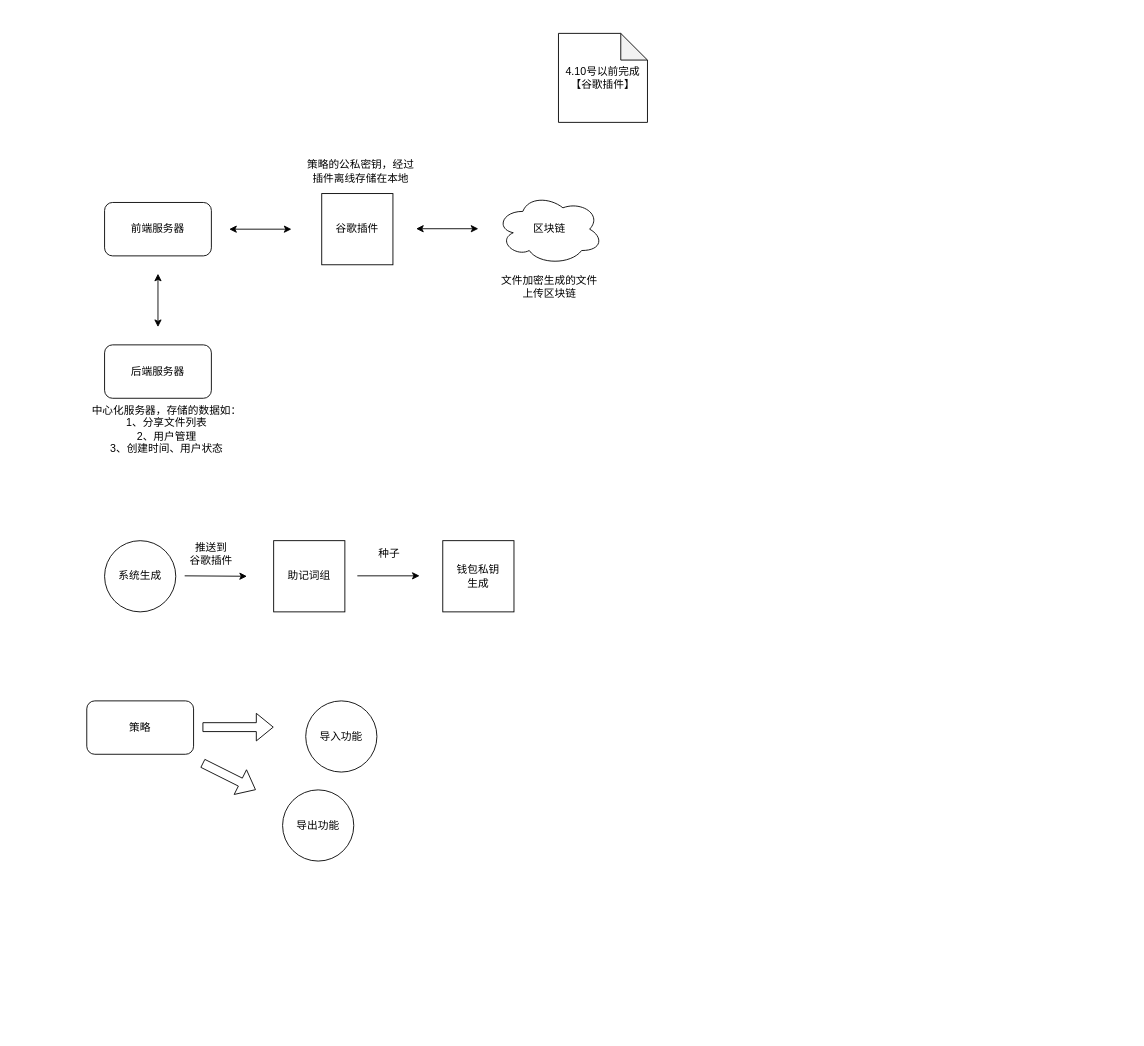
This is Untitled Diagram.drawio from cysprout/cysprout2022-no01, a draw.io file, before an edit. Source tidied: cells renumbered, new cells numbered last; positions are measured from the earlier drawing's top-left corner, leaving out a move shared by most shapes. Both pictures are drawn from the tidied source at 89%, with x=0, y=0 at pixel (77, 33).
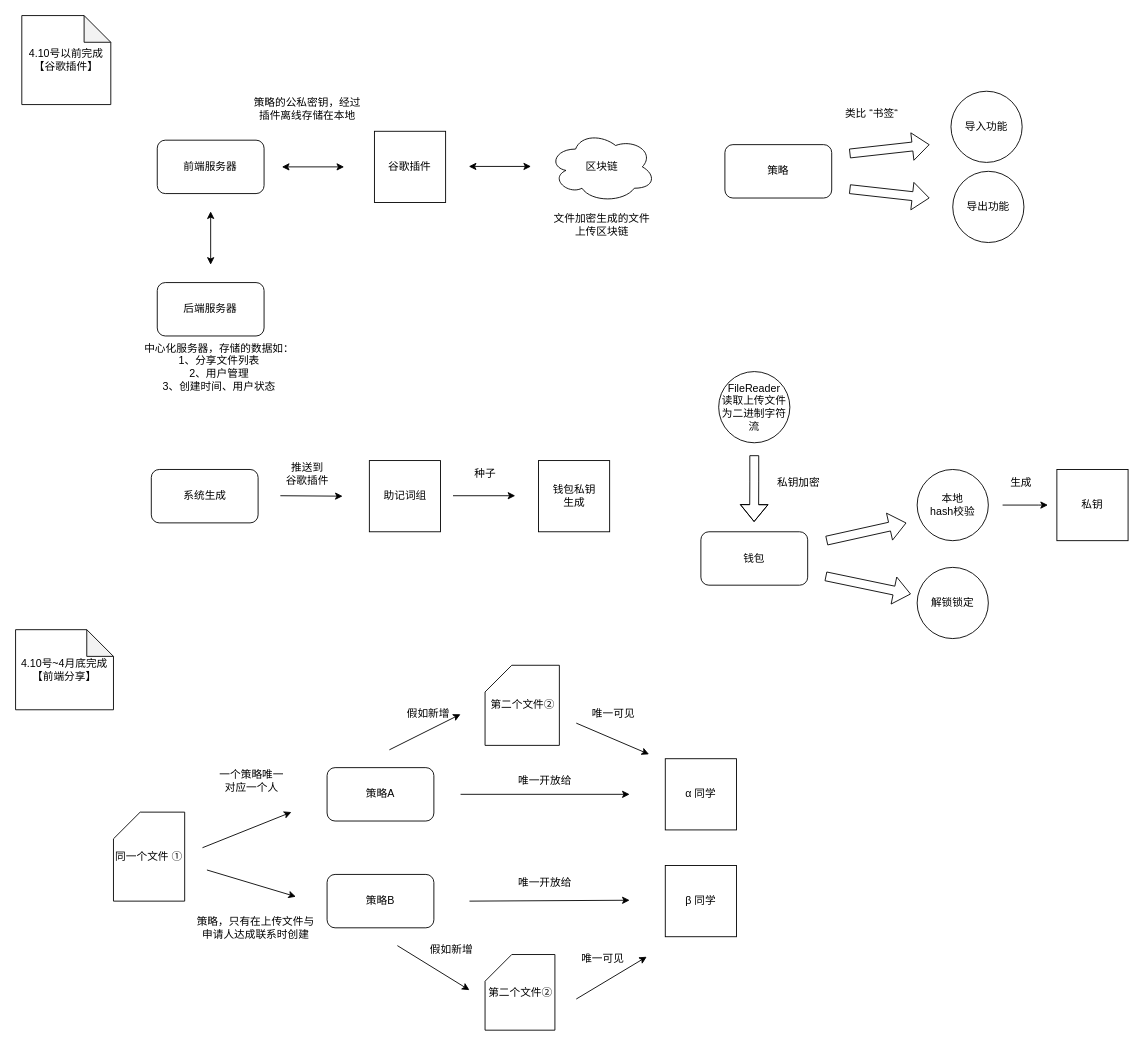
After the change.

Change to the diagram source:
```diff
@@
     <mxCell id="2" value="前端服务器" style="rounded=1;whiteSpace=wrap;html=1;" parent="1" vertex="1">
-      <mxGeometry x="30" y="190" width="120" height="60" as="geometry" />
+      <mxGeometry x="89.2" y="120" width="120" height="60" as="geometry" />
     </mxCell>
     <mxCell id="3" value="后端服务器" style="rounded=1;whiteSpace=wrap;html=1;" parent="1" vertex="1">
-      <mxGeometry x="30" y="350" width="120" height="60" as="geometry" />
+      <mxGeometry x="89.2" y="280" width="120" height="60" as="geometry" />
     </mxCell>
     <mxCell id="4" value="谷歌插件" style="whiteSpace=wrap;html=1;" parent="1" vertex="1">
-      <mxGeometry x="274" y="180" width="80" height="80" as="geometry" />
+      <mxGeometry x="333.2" y="110" width="80" height="80" as="geometry" />
     </mxCell>
     <mxCell id="5" value="区块链" style="ellipse;shape=cloud;whiteSpace=wrap;html=1;" parent="1" vertex="1">
-      <mxGeometry x="470" y="180" width="120" height="80" as="geometry" />
+      <mxGeometry x="529.2" y="110" width="120" height="80" as="geometry" />
     </mxCell>
     <mxCell id="6" style="endArrow=classic;startArrow=classic;html=1;rounded=0;" parent="1" edge="1">
       <mxGeometry relative="1" as="geometry">
-        <mxPoint x="380" y="219.5" as="sourcePoint" />
-        <mxPoint x="450" y="219.5" as="targetPoint" />
+        <mxPoint x="439.2" y="149.5" as="sourcePoint" />
+        <mxPoint x="509.2" y="149.5" as="targetPoint" />
       </mxGeometry>
     </mxCell>
     <mxCell id="7" style="endArrow=classic;startArrow=classic;html=1;rounded=0;" parent="1" edge="1">
       <mxGeometry relative="1" as="geometry">
-        <mxPoint x="170" y="220" as="sourcePoint" />
-        <mxPoint x="240" y="220" as="targetPoint" />
+        <mxPoint x="229.2" y="150" as="sourcePoint" />
+        <mxPoint x="299.2" y="150" as="targetPoint" />
       </mxGeometry>
     </mxCell>
     <mxCell id="8" style="endArrow=classic;startArrow=classic;html=1;rounded=0;" parent="1" edge="1">
       <mxGeometry relative="1" as="geometry">
-        <mxPoint x="90" y="330" as="sourcePoint" />
-        <mxPoint x="90" y="270" as="targetPoint" />
+        <mxPoint x="149.2" y="260" as="sourcePoint" />
+        <mxPoint x="149.2" y="200" as="targetPoint" />
       </mxGeometry>
     </mxCell>
     <mxCell id="9" value="中心化服务器，存储的数据如：&lt;br&gt;1、分享文件列表&lt;br&gt;2、用户管理&lt;br&gt;3、创建时间、用户状态" style="text;html=1;strokeColor=none;fillColor=none;align=center;verticalAlign=middle;whiteSpace=wrap;rounded=0;" parent="1" vertex="1">
-      <mxGeometry y="400" width="200" height="90" as="geometry" />
+      <mxGeometry x="59.2" y="330" width="200" height="90" as="geometry" />
     </mxCell>
     <mxCell id="10" value="文件加密生成的文件上传区块链" style="text;html=1;strokeColor=none;fillColor=none;align=center;verticalAlign=middle;whiteSpace=wrap;rounded=0;" parent="1" vertex="1">
-      <mxGeometry x="475" y="270" width="110" height="30" as="geometry" />
+      <mxGeometry x="534.2" y="200" width="110" height="30" as="geometry" />
     </mxCell>
     <mxCell id="11" value="4.10号以前完成&lt;br&gt;【谷歌插件】" style="shape=note;whiteSpace=wrap;html=1;backgroundOutline=1;darkOpacity=0.05;" parent="1" vertex="1">
-      <mxGeometry x="540" width="100" height="100" as="geometry" />
+      <mxGeometry x="-63" y="-20" width="100" height="100" as="geometry" />
     </mxCell>
     <mxCell id="12" value="助记词组" style="whiteSpace=wrap;html=1;" parent="1" vertex="1">
-      <mxGeometry x="220" y="570" width="80" height="80" as="geometry" />
+      <mxGeometry x="327.5" y="480" width="80" height="80" as="geometry" />
     </mxCell>
-    <mxCell id="13" value="系统生成" style="ellipse;whiteSpace=wrap;html=1;" parent="1" vertex="1">
-      <mxGeometry x="30" y="570" width="80" height="80" as="geometry" />
-    </mxCell>
     <mxCell id="14" value="钱包私钥&lt;br&gt;生成" style="whiteSpace=wrap;html=1;" parent="1" vertex="1">
-      <mxGeometry x="410" y="570" width="80" height="80" as="geometry" />
+      <mxGeometry x="517.5" y="480" width="80" height="80" as="geometry" />
     </mxCell>
     <mxCell id="15" style="endArrow=classic;html=1;rounded=0;" parent="1" edge="1">
       <mxGeometry relative="1" as="geometry">
-        <mxPoint x="120" y="609.5" as="sourcePoint" />
-        <mxPoint x="190" y="610" as="targetPoint" />
+        <mxPoint x="227.5" y="519.5" as="sourcePoint" />
+        <mxPoint x="297.5" y="520" as="targetPoint" />
       </mxGeometry>
     </mxCell>
     <mxCell id="16" style="endArrow=classic;html=1;rounded=0;" parent="1" edge="1">
       <mxGeometry relative="1" as="geometry">
-        <mxPoint x="314" y="609.5" as="sourcePoint" />
-        <mxPoint x="384" y="609.5" as="targetPoint" />
+        <mxPoint x="421.5" y="519.5" as="sourcePoint" />
+        <mxPoint x="491.5" y="519.5" as="targetPoint" />
       </mxGeometry>
     </mxCell>
     <mxCell id="17" value="种子" style="text;html=1;strokeColor=none;fillColor=none;align=center;verticalAlign=middle;whiteSpace=wrap;rounded=0;" parent="1" vertex="1">
-      <mxGeometry x="320" y="570" width="60" height="30" as="geometry" />
+      <mxGeometry x="427.5" y="480" width="60" height="30" as="geometry" />
     </mxCell>
     <mxCell id="18" value="推送到&lt;br&gt;谷歌插件" style="text;html=1;strokeColor=none;fillColor=none;align=center;verticalAlign=middle;whiteSpace=wrap;rounded=0;" parent="1" vertex="1">
-      <mxGeometry x="120" y="570" width="60" height="30" as="geometry" />
+      <mxGeometry x="227.5" y="480" width="60" height="30" as="geometry" />
     </mxCell>
     <mxCell id="19" value="策略的公私密钥，经过插件离线存储在本地" style="text;html=1;strokeColor=none;fillColor=none;align=center;verticalAlign=middle;whiteSpace=wrap;rounded=0;" parent="1" vertex="1">
-      <mxGeometry x="256" y="130" width="124" height="50" as="geometry" />
+      <mxGeometry x="196.2" y="60" width="124" height="50" as="geometry" />
     </mxCell>
     <mxCell id="20" value="策略" style="rounded=1;whiteSpace=wrap;html=1;" parent="1" vertex="1">
-      <mxGeometry x="10" y="750" width="120" height="60" as="geometry" />
+      <mxGeometry x="727" y="125" width="120" height="60" as="geometry" />
     </mxCell>
     <mxCell id="21" style="shape=flexArrow;endArrow=classic;html=1;rounded=0;" parent="1" edge="1">
       <mxGeometry relative="1" as="geometry">
-        <mxPoint x="140" y="779.5" as="sourcePoint" />
-        <mxPoint x="220" y="779.5" as="targetPoint" />
+        <mxPoint x="867" y="135" as="sourcePoint" />
+        <mxPoint x="957" y="125" as="targetPoint" />
       </mxGeometry>
     </mxCell>
     <mxCell id="22" value="导入功能" style="ellipse;whiteSpace=wrap;html=1;" parent="1" vertex="1">
-      <mxGeometry x="256" y="750" width="80" height="80" as="geometry" />
+      <mxGeometry x="981" y="65" width="80" height="80" as="geometry" />
     </mxCell>
     <mxCell id="23" value="导出功能" style="ellipse;whiteSpace=wrap;html=1;" parent="1" vertex="1">
-      <mxGeometry x="230" y="850" width="80" height="80" as="geometry" />
+      <mxGeometry x="983" y="155" width="80" height="80" as="geometry" />
     </mxCell>
     <mxCell id="24" style="shape=flexArrow;endArrow=classic;html=1;rounded=0;" parent="1" edge="1">
       <mxGeometry relative="1" as="geometry">
-        <mxPoint x="140" y="820" as="sourcePoint" />
-        <mxPoint x="200" y="850" as="targetPoint" />
+        <mxPoint x="867" y="175" as="sourcePoint" />
+        <mxPoint x="957" y="185" as="targetPoint" />
       </mxGeometry>
     </mxCell>
+    <mxCell id="25" value="钱包" style="rounded=1;whiteSpace=wrap;html=1;" parent="1" vertex="1">
+      <mxGeometry x="700" y="560" width="120" height="60" as="geometry" />
+    </mxCell>
+    <mxCell id="26" style="shape=flexArrow;endArrow=classic;html=1;rounded=0;" parent="1" edge="1">
+      <mxGeometry relative="1" as="geometry">
+        <mxPoint x="841" y="570" as="sourcePoint" />
+        <mxPoint x="931" y="550" as="targetPoint" />
+      </mxGeometry>
+    </mxCell>
+    <mxCell id="27" value="解锁锁定" style="ellipse;whiteSpace=wrap;html=1;" parent="1" vertex="1">
+      <mxGeometry x="943" y="600" width="80" height="80" as="geometry" />
+    </mxCell>
+    <mxCell id="28" style="shape=flexArrow;endArrow=classic;html=1;rounded=0;" parent="1" edge="1">
+      <mxGeometry relative="1" as="geometry">
+        <mxPoint x="840" y="610" as="sourcePoint" />
+        <mxPoint x="936" y="630" as="targetPoint" />
+      </mxGeometry>
+    </mxCell>
+    <mxCell id="29" value="本地&lt;br&gt;hash校验" style="ellipse;whiteSpace=wrap;html=1;" parent="1" vertex="1">
+      <mxGeometry x="943" y="490" width="80" height="80" as="geometry" />
+    </mxCell>
+    <mxCell id="30" value="私钥" style="whiteSpace=wrap;html=1;" parent="1" vertex="1">
+      <mxGeometry x="1100" y="490" width="80" height="80" as="geometry" />
+    </mxCell>
+    <mxCell id="31" style="endArrow=classic;html=1;rounded=0;" parent="1" edge="1">
+      <mxGeometry relative="1" as="geometry">
+        <mxPoint x="1039" y="530" as="sourcePoint" />
+        <mxPoint x="1090" y="530" as="targetPoint" />
+        <Array as="points">
+          <mxPoint x="1079" y="530" />
+        </Array>
+      </mxGeometry>
+    </mxCell>
+    <mxCell id="32" value="生成" style="text;html=1;strokeColor=none;fillColor=none;align=center;verticalAlign=middle;whiteSpace=wrap;rounded=0;" parent="1" vertex="1">
+      <mxGeometry x="1030" y="490" width="60" height="30" as="geometry" />
+    </mxCell>
+    <mxCell id="33" value="类比 “书签“" style="text;html=1;strokeColor=none;fillColor=none;align=center;verticalAlign=middle;whiteSpace=wrap;rounded=0;" parent="1" vertex="1">
+      <mxGeometry x="857" y="75" width="70" height="30" as="geometry" />
+    </mxCell>
+    <mxCell id="13" value="系统生成" style="rounded=1;whiteSpace=wrap;html=1;" parent="1" vertex="1">
+      <mxGeometry x="82.5" y="490" width="120" height="60" as="geometry" />
+    </mxCell>
+    <mxCell id="34" value="策略A" style="rounded=1;whiteSpace=wrap;html=1;" parent="1" vertex="1">
+      <mxGeometry x="280" y="825" width="120" height="60" as="geometry" />
+    </mxCell>
+    <mxCell id="35" value="4.10号~4月底完成&lt;br&gt;【前端分享】" style="shape=note;whiteSpace=wrap;html=1;backgroundOutline=1;darkOpacity=0.05;" parent="1" vertex="1">
+      <mxGeometry x="-70" y="670" width="110" height="90" as="geometry" />
+    </mxCell>
+    <mxCell id="36" value="策略B" style="rounded=1;whiteSpace=wrap;html=1;" parent="1" vertex="1">
+      <mxGeometry x="280" y="945" width="120" height="60" as="geometry" />
+    </mxCell>
+    <mxCell id="37" value="同一个文件 ①" style="shape=card;whiteSpace=wrap;html=1;" parent="1" vertex="1">
+      <mxGeometry x="40" y="875" width="80" height="100" as="geometry" />
+    </mxCell>
+    <mxCell id="38" style="endArrow=classic;html=1;rounded=0;" parent="1" edge="1">
+      <mxGeometry relative="1" as="geometry">
+        <mxPoint x="140" y="915" as="sourcePoint" />
+        <mxPoint x="240" y="875" as="targetPoint" />
+      </mxGeometry>
+    </mxCell>
+    <mxCell id="39" style="endArrow=classic;html=1;rounded=0;" parent="1" edge="1">
+      <mxGeometry relative="1" as="geometry">
+        <mxPoint x="145" y="940" as="sourcePoint" />
+        <mxPoint x="245" y="970" as="targetPoint" />
+      </mxGeometry>
+    </mxCell>
+    <mxCell id="40" style="endArrow=classic;html=1;rounded=0;" parent="1" edge="1">
+      <mxGeometry relative="1" as="geometry">
+        <mxPoint x="430" y="855" as="sourcePoint" />
+        <mxPoint x="620" y="855" as="targetPoint" />
+      </mxGeometry>
+    </mxCell>
+    <mxCell id="41" style="endArrow=classic;html=1;rounded=0;" parent="1" edge="1">
+      <mxGeometry relative="1" as="geometry">
+        <mxPoint x="440" y="975" as="sourcePoint" />
+        <mxPoint x="620" y="974" as="targetPoint" />
+      </mxGeometry>
+    </mxCell>
+    <mxCell id="42" value="α 同学" style="whiteSpace=wrap;html=1;" parent="1" vertex="1">
+      <mxGeometry x="660" y="815" width="80" height="80" as="geometry" />
+    </mxCell>
+    <mxCell id="43" value="β 同学" style="whiteSpace=wrap;html=1;" parent="1" vertex="1">
+      <mxGeometry x="660" y="935" width="80" height="80" as="geometry" />
+    </mxCell>
+    <mxCell id="44" value="第二个文件②" style="shape=card;whiteSpace=wrap;html=1;" parent="1" vertex="1">
+      <mxGeometry x="457.5" y="710" width="83.5" height="90" as="geometry" />
+    </mxCell>
+    <mxCell id="45" value="第二个文件②" style="shape=card;whiteSpace=wrap;html=1;" parent="1" vertex="1">
+      <mxGeometry x="457.5" y="1035" width="78.5" height="85" as="geometry" />
+    </mxCell>
+    <mxCell id="46" style="endArrow=classic;html=1;rounded=0;" parent="1" edge="1">
+      <mxGeometry relative="1" as="geometry">
+        <mxPoint x="350" y="805" as="sourcePoint" />
+        <mxPoint x="430" y="765" as="targetPoint" />
+      </mxGeometry>
+    </mxCell>
+    <mxCell id="47" value="唯一开放给" style="text;html=1;strokeColor=none;fillColor=none;align=center;verticalAlign=middle;whiteSpace=wrap;rounded=0;" parent="1" vertex="1">
+      <mxGeometry x="480" y="825" width="90" height="30" as="geometry" />
+    </mxCell>
+    <mxCell id="48" value="唯一开放给" style="text;html=1;strokeColor=none;fillColor=none;align=center;verticalAlign=middle;whiteSpace=wrap;rounded=0;" parent="1" vertex="1">
+      <mxGeometry x="480" y="940" width="90" height="30" as="geometry" />
+    </mxCell>
+    <mxCell id="49" style="endArrow=classic;html=1;rounded=0;" parent="1" edge="1">
+      <mxGeometry relative="1" as="geometry">
+        <mxPoint x="359" y="1025" as="sourcePoint" />
+        <mxPoint x="440" y="1075" as="targetPoint" />
+      </mxGeometry>
+    </mxCell>
+    <mxCell id="50" value="假如新增" style="text;html=1;strokeColor=none;fillColor=none;align=center;verticalAlign=middle;whiteSpace=wrap;rounded=0;" parent="1" vertex="1">
+      <mxGeometry x="364" y="750" width="60" height="30" as="geometry" />
+    </mxCell>
+    <mxCell id="51" value="假如新增" style="text;html=1;strokeColor=none;fillColor=none;align=center;verticalAlign=middle;whiteSpace=wrap;rounded=0;" parent="1" vertex="1">
+      <mxGeometry x="390" y="1015" width="60" height="30" as="geometry" />
+    </mxCell>
+    <mxCell id="52" style="endArrow=classic;html=1;rounded=0;" parent="1" edge="1">
+      <mxGeometry relative="1" as="geometry">
+        <mxPoint x="560" y="775" as="sourcePoint" />
+        <mxPoint x="641.8" y="810" as="targetPoint" />
+      </mxGeometry>
+    </mxCell>
+    <mxCell id="53" value="唯一可见" style="text;html=1;strokeColor=none;fillColor=none;align=center;verticalAlign=middle;whiteSpace=wrap;rounded=0;" parent="1" vertex="1">
+      <mxGeometry x="571.8" y="750" width="60" height="30" as="geometry" />
+    </mxCell>
+    <mxCell id="54" style="endArrow=classic;html=1;rounded=0;" parent="1" edge="1">
+      <mxGeometry relative="1" as="geometry">
+        <mxPoint x="560" y="1085" as="sourcePoint" />
+        <mxPoint x="639.2" y="1037.5" as="targetPoint" />
+      </mxGeometry>
+    </mxCell>
+    <mxCell id="55" value="唯一可见" style="text;html=1;strokeColor=none;fillColor=none;align=center;verticalAlign=middle;whiteSpace=wrap;rounded=0;" parent="1" vertex="1">
+      <mxGeometry x="560" y="1025" width="60" height="30" as="geometry" />
+    </mxCell>
+    <mxCell id="56" style="edgeStyle=orthogonalEdgeStyle;rounded=0;orthogonalLoop=1;jettySize=auto;html=1;exitX=0.5;exitY=1;exitDx=0;exitDy=0;" parent="1" edge="1" source="51" target="51">
+      <mxGeometry relative="1" as="geometry" />
+    </mxCell>
+    <mxCell id="57" value="一个策略唯一&lt;br&gt;对应一个人" style="text;html=1;strokeColor=none;fillColor=none;align=center;verticalAlign=middle;whiteSpace=wrap;rounded=0;" parent="1" vertex="1">
+      <mxGeometry x="132.5" y="825" width="125" height="30" as="geometry" />
+    </mxCell>
+    <mxCell id="58" value="策略，只有在上传文件与申请人达成联系时创建" style="text;html=1;strokeColor=none;fillColor=none;align=center;verticalAlign=middle;whiteSpace=wrap;rounded=0;" parent="1" vertex="1">
+      <mxGeometry x="128.5" y="975" width="141.5" height="60" as="geometry" />
+    </mxCell>
+    <mxCell id="59" value="FileReader&lt;br&gt;读取上传文件为二进制字符流" style="ellipse;whiteSpace=wrap;html=1;" parent="1" vertex="1">
+      <mxGeometry x="720" y="380" width="80" height="80" as="geometry" />
+    </mxCell>
+    <mxCell id="60" style="shape=flexArrow;endArrow=classic;html=1;rounded=0;" parent="1" edge="1">
+      <mxGeometry relative="1" as="geometry">
+        <mxPoint x="760" y="474" as="sourcePoint" />
+        <mxPoint x="759.8" y="549" as="targetPoint" />
+        <Array as="points">
+          <mxPoint x="760" y="504" />
+        </Array>
+      </mxGeometry>
+    </mxCell>
+    <mxCell id="61" value="私钥加密" style="text;html=1;strokeColor=none;fillColor=none;align=center;verticalAlign=middle;whiteSpace=wrap;rounded=0;" parent="1" vertex="1">
+      <mxGeometry x="780" y="490" width="60" height="30" as="geometry" />
+    </mxCell>
```
